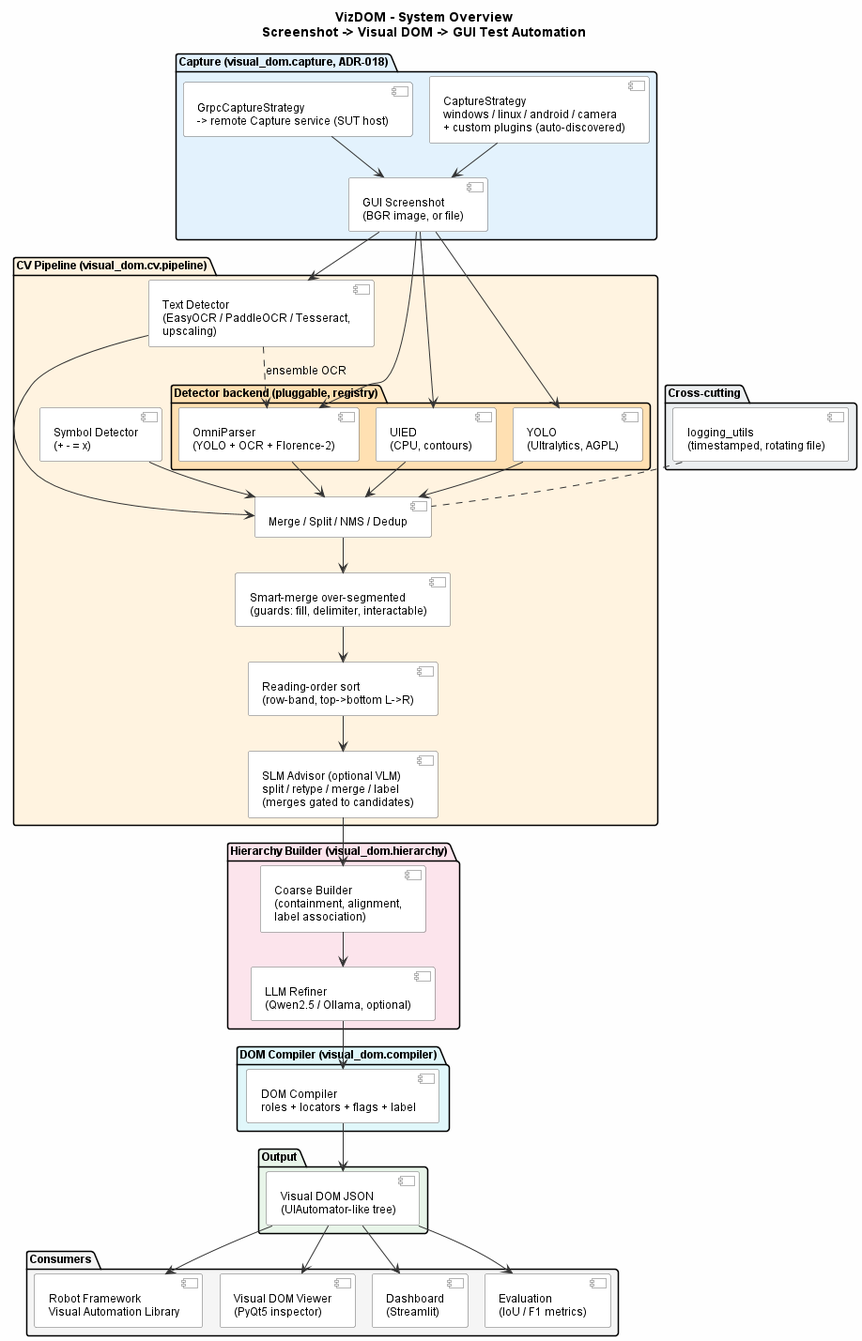
milanac030988/vizdom keeps this PlantUML diagram as report/figures/System_Overview.png. Above is the earlier version.
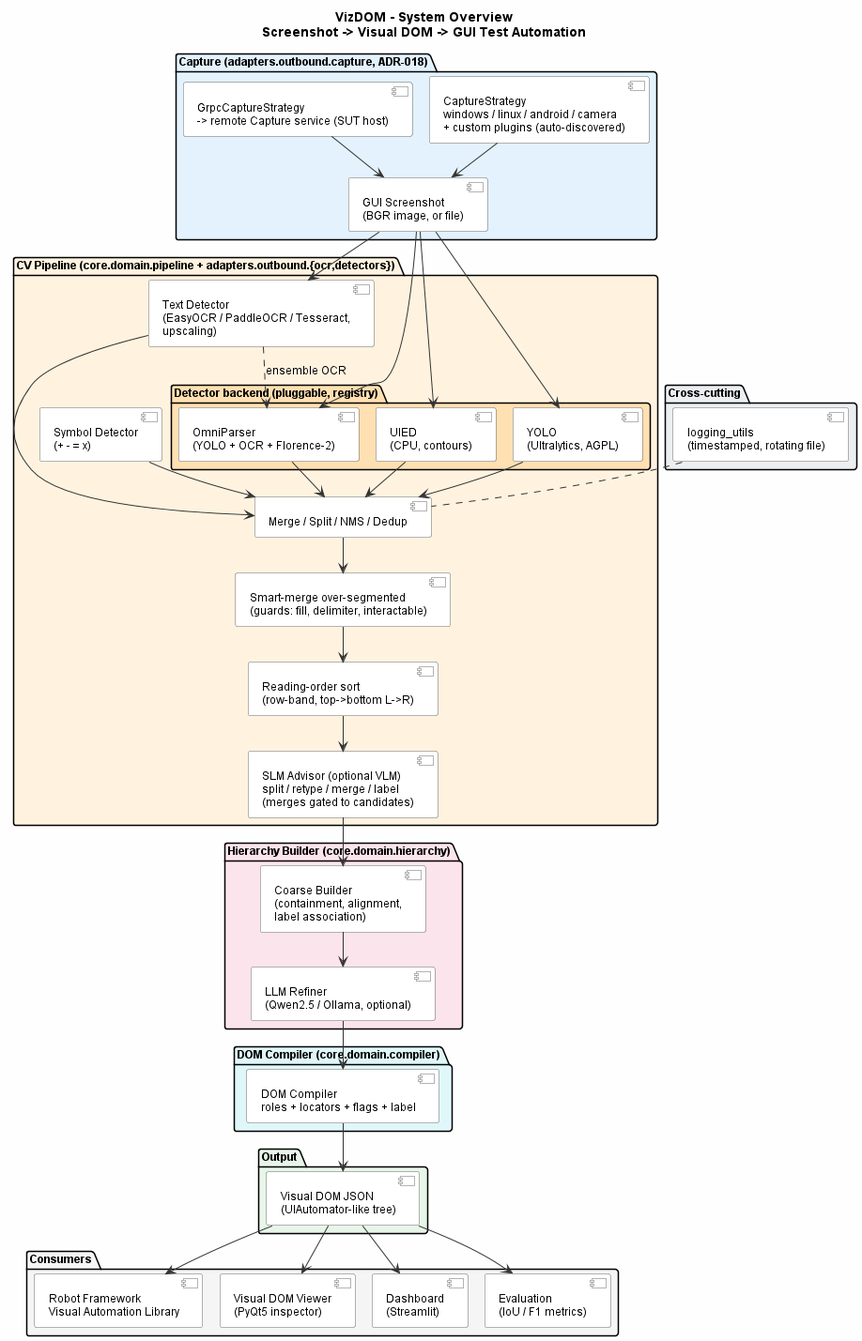
Above is the later version.

The edit, as a diff of the source:
```diff
@@ -12,13 +12,13 @@
 
 title VizDOM - System Overview\nScreenshot -> Visual DOM -> GUI Test Automation
 
-package "Capture (visual_dom.capture, ADR-018)" #E3F2FD {
+package "Capture (adapters.outbound.capture, ADR-018)" #E3F2FD {
     [CaptureStrategy\nwindows / linux / android / camera\n+ custom plugins (auto-discovered)] as capture
     [GrpcCaptureStrategy\n-> remote Capture service (SUT host)] as rcapture
     [GUI Screenshot\n(BGR image, or file)] as screenshot
 }
 
-package "CV Pipeline (visual_dom.cv.pipeline)" #FFF3E0 {
+package "CV Pipeline (core.domain.pipeline + adapters.outbound.{ocr,detectors})" #FFF3E0 {
     [Text Detector\n(EasyOCR / PaddleOCR / Tesseract,\nupscaling)] as ocr
 
     package "Detector backend (pluggable, registry)" #FFE0B2 {
@@ -34,12 +34,12 @@
     [SLM Advisor (optional VLM)\nsplit / retype / merge / label\n(merges gated to candidates)] as slm
 }
 
-package "Hierarchy Builder (visual_dom.hierarchy)" #FCE4EC {
+package "Hierarchy Builder (core.domain.hierarchy)" #FCE4EC {
     [Coarse Builder\n(containment, alignment,\nlabel association)] as coarse
     [LLM Refiner\n(Qwen2.5 / Ollama, optional)] as llm_refine
 }
 
-package "DOM Compiler (visual_dom.compiler)" #E0F7FA {
+package "DOM Compiler (core.domain.compiler)" #E0F7FA {
     [DOM Compiler\nroles + locators + flags + label] as compiler
 }
 
```
